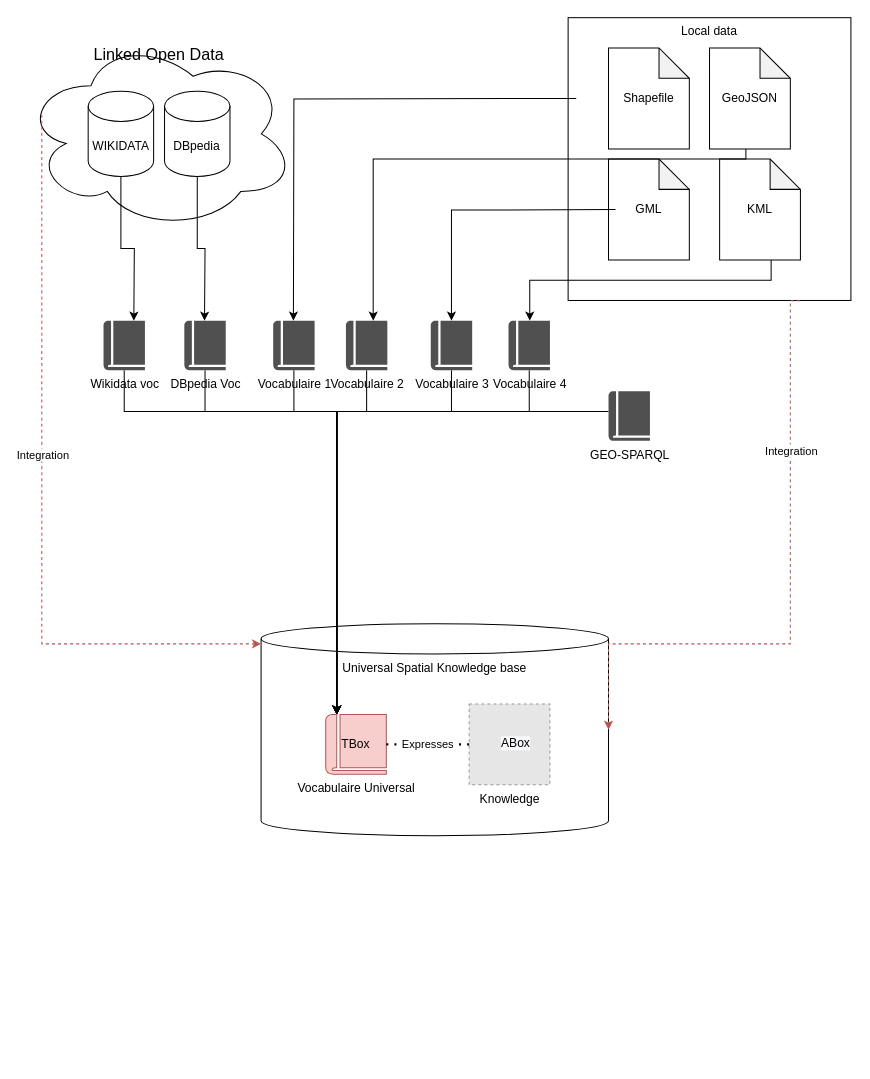
The draw.io diagram structure.drawio in JJponciano/SpaLod, before the edit. Source tidied: cells renumbered, new cells numbered last; positions are measured from the earlier drawing's top-left corner, leaving out a move shared by most shapes. Both pictures are drawn from the tidied source at 101%, with x=0, y=0 at pixel (22, 17). Pictures stored in the file or linked from it are replaced by grey dashed boxes.
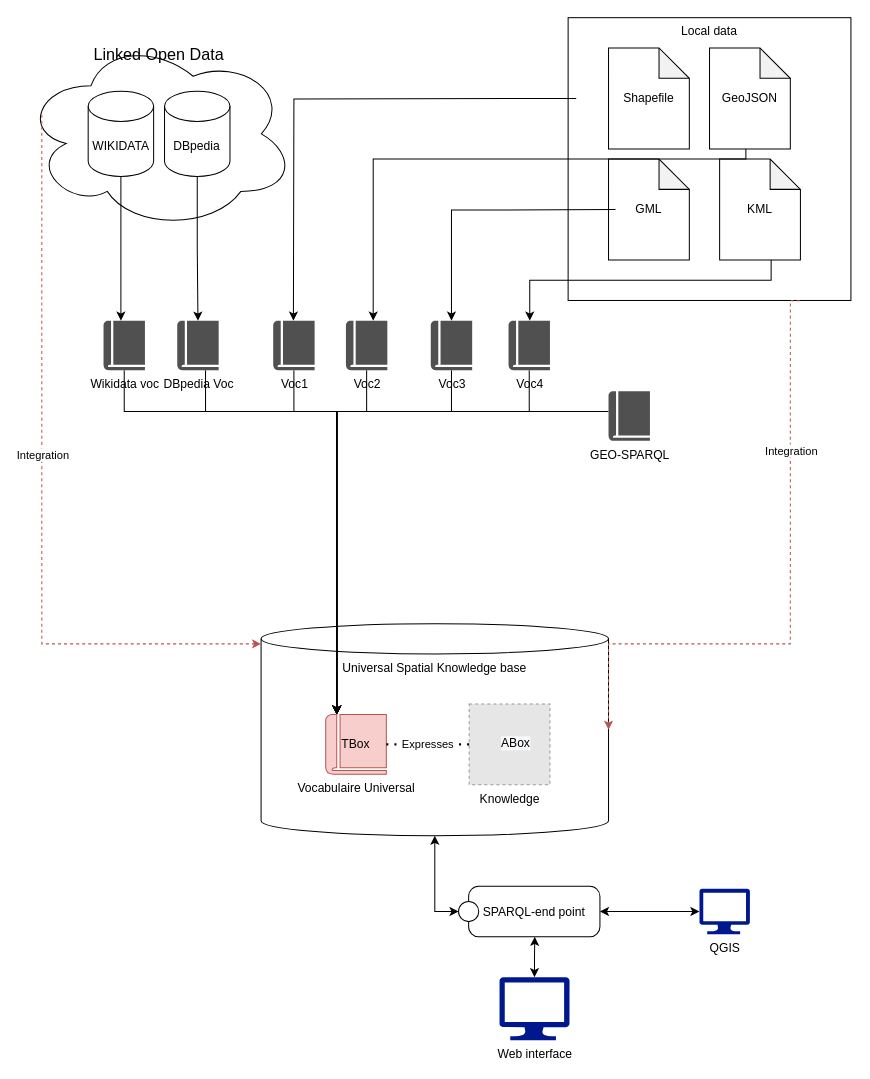
After the change.

Unchanged cells that the change refers to:
```xml
<mxCell id="2" value="Universal Spatial Knowledge base" style="shape=cylinder3;whiteSpace=wrap;html=1;boundedLbl=1;backgroundOutline=1;size=15;verticalAlign=top;" parent="1" vertex="1">
  <mxGeometry x="236" y="600" width="344" height="210" as="geometry" />
</mxCell>
<mxCell id="5" value="WIKIDATA" style="shape=cylinder3;whiteSpace=wrap;html=1;boundedLbl=1;backgroundOutline=1;size=15;" parent="3" vertex="1">
  <mxGeometry x="64.8" y="52.8" width="64.8" height="84.4" as="geometry" />
</mxCell>
<mxCell id="6" value="DBpedia" style="shape=cylinder3;whiteSpace=wrap;html=1;boundedLbl=1;backgroundOutline=1;size=15;" parent="3" vertex="1">
  <mxGeometry x="140.4" y="52.8" width="64.8" height="84.4" as="geometry" />
</mxCell>
<mxCell id="30" value="Wikidata voc" style="shadow=0;dashed=0;html=1;strokeColor=none;fillColor=#505050;labelPosition=center;verticalLabelPosition=bottom;verticalAlign=top;outlineConnect=0;align=center;shape=mxgraph.office.concepts.book_journal;" parent="1" vertex="1">
  <mxGeometry x="80" y="300" width="41" height="49" as="geometry" />
</mxCell>
```

The edit, as a diff of the source:
```diff
@@
+    <mxCell id="42" style="edgeStyle=orthogonalEdgeStyle;rounded=0;jettySize=auto;html=1;entryX=0;entryY=0.5;entryDx=0;entryDy=0;startArrow=classic;startFill=1;" parent="1" edge="1" source="2" target="44">
+      <mxGeometry relative="1" as="geometry" />
+    </mxCell>
@@
-    <mxCell id="13" style="edgeStyle=orthogonalEdgeStyle;rounded=0;jettySize=auto;html=1;" parent="1" edge="1" source="5">
+    <mxCell id="13" style="edgeStyle=orthogonalEdgeStyle;rounded=0;jettySize=auto;html=1;" parent="1" edge="1" source="5" target="30">
       <mxGeometry relative="1" as="geometry">
-        <mxPoint x="110" y="300" as="targetPoint" />
+        <Array as="points">
+          <mxPoint x="97" y="260" />
+          <mxPoint x="97" y="260" />
+        </Array>
       </mxGeometry>
     </mxCell>
-    <mxCell id="14" style="edgeStyle=orthogonalEdgeStyle;rounded=0;jettySize=auto;html=1;" parent="1" edge="1" source="6">
-      <mxGeometry relative="1" as="geometry">
-        <mxPoint x="180" y="300" as="targetPoint" />
-      </mxGeometry>
-    </mxCell>
@@
-    <mxCell id="22" value="Vocabulaire 1" style="shadow=0;dashed=0;html=1;strokeColor=none;fillColor=#505050;labelPosition=center;verticalLabelPosition=bottom;verticalAlign=top;outlineConnect=0;align=center;shape=mxgraph.office.concepts.book_journal;" parent="1" vertex="1">
+    <mxCell id="22" value="Voc1" style="shadow=0;dashed=0;html=1;strokeColor=none;fillColor=#505050;labelPosition=center;verticalLabelPosition=bottom;verticalAlign=top;outlineConnect=0;align=center;shape=mxgraph.office.concepts.book_journal;" parent="1" vertex="1">
       <mxGeometry x="248" y="300" width="41" height="49" as="geometry" />
     </mxCell>
@@
-    <mxCell id="24" value="Vocabulaire 2" style="shadow=0;dashed=0;html=1;strokeColor=none;fillColor=#505050;labelPosition=center;verticalLabelPosition=bottom;verticalAlign=top;outlineConnect=0;align=center;shape=mxgraph.office.concepts.book_journal;" parent="1" vertex="1">
+    <mxCell id="24" value="Voc2" style="shadow=0;dashed=0;html=1;strokeColor=none;fillColor=#505050;labelPosition=center;verticalLabelPosition=bottom;verticalAlign=top;outlineConnect=0;align=center;shape=mxgraph.office.concepts.book_journal;" parent="1" vertex="1">
       <mxGeometry x="320" y="300" width="41" height="49" as="geometry" />
     </mxCell>
@@
-    <mxCell id="26" value="Vocabulaire 3" style="shadow=0;dashed=0;html=1;strokeColor=none;fillColor=#505050;labelPosition=center;verticalLabelPosition=bottom;verticalAlign=top;outlineConnect=0;align=center;shape=mxgraph.office.concepts.book_journal;" parent="1" vertex="1">
+    <mxCell id="26" value="Voc3" style="shadow=0;dashed=0;html=1;strokeColor=none;fillColor=#505050;labelPosition=center;verticalLabelPosition=bottom;verticalAlign=top;outlineConnect=0;align=center;shape=mxgraph.office.concepts.book_journal;" parent="1" vertex="1">
       <mxGeometry x="404" y="300" width="41" height="49" as="geometry" />
     </mxCell>
@@
-    <mxCell id="28" value="Vocabulaire 4" style="shadow=0;dashed=0;html=1;strokeColor=none;fillColor=#505050;labelPosition=center;verticalLabelPosition=bottom;verticalAlign=top;outlineConnect=0;align=center;shape=mxgraph.office.concepts.book_journal;" parent="1" vertex="1">
+    <mxCell id="28" value="Voc4" style="shadow=0;dashed=0;html=1;strokeColor=none;fillColor=#505050;labelPosition=center;verticalLabelPosition=bottom;verticalAlign=top;outlineConnect=0;align=center;shape=mxgraph.office.concepts.book_journal;" parent="1" vertex="1">
       <mxGeometry x="481" y="300" width="41" height="49" as="geometry" />
     </mxCell>
@@
     <mxCell id="32" value="DBpedia Voc" style="shadow=0;dashed=0;html=1;strokeColor=none;fillColor=#505050;labelPosition=center;verticalLabelPosition=bottom;verticalAlign=top;outlineConnect=0;align=center;shape=mxgraph.office.concepts.book_journal;" parent="1" vertex="1">
-      <mxGeometry x="160" y="300" width="41" height="49" as="geometry" />
+      <mxGeometry x="153" y="300" width="41" height="49" as="geometry" />
     </mxCell>
@@
+    <mxCell id="43" style="edgeStyle=orthogonalEdgeStyle;rounded=0;jettySize=auto;html=1;" parent="1" edge="1" source="6" target="32">
+      <mxGeometry relative="1" as="geometry" />
+    </mxCell>
+    <mxCell id="44" value="SPARQL-end point" style="shape=umlState;rounded=1;verticalAlign=middle;align=center;absoluteArcSize=1;arcSize=10;umlStateConnection=connPointRefEntry;boundedLbl=1;" parent="1" vertex="1">
+      <mxGeometry x="431.5" y="860" width="140" height="50" as="geometry" />
+    </mxCell>
+    <mxCell id="45" style="edgeStyle=orthogonalEdgeStyle;rounded=0;jettySize=auto;html=1;startArrow=classic;startFill=1;" parent="1" edge="1" source="46" target="44">
+      <mxGeometry relative="1" as="geometry" />
+    </mxCell>
+    <mxCell id="46" value="QGIS" style="shadow=0;dashed=0;html=1;strokeColor=none;labelPosition=center;verticalLabelPosition=bottom;verticalAlign=top;align=center;fillColor=#00188D;shape=mxgraph.azure.computer;" parent="1" vertex="1">
+      <mxGeometry x="670" y="862.5" width="50" height="45" as="geometry" />
+    </mxCell>
+    <mxCell id="47" style="edgeStyle=orthogonalEdgeStyle;rounded=0;jettySize=auto;html=1;startArrow=classic;startFill=1;" parent="1" edge="1" source="48">
+      <mxGeometry relative="1" as="geometry">
+        <mxPoint x="507" y="910" as="targetPoint" />
+      </mxGeometry>
+    </mxCell>
+    <mxCell id="48" value="Web interface" style="shadow=0;dashed=0;html=1;strokeColor=none;labelPosition=center;verticalLabelPosition=bottom;verticalAlign=top;align=center;fillColor=#00188D;shape=mxgraph.azure.computer;" parent="1" vertex="1">
+      <mxGeometry x="472" y="950" width="69.4" height="62.5" as="geometry" />
+    </mxCell>
```
